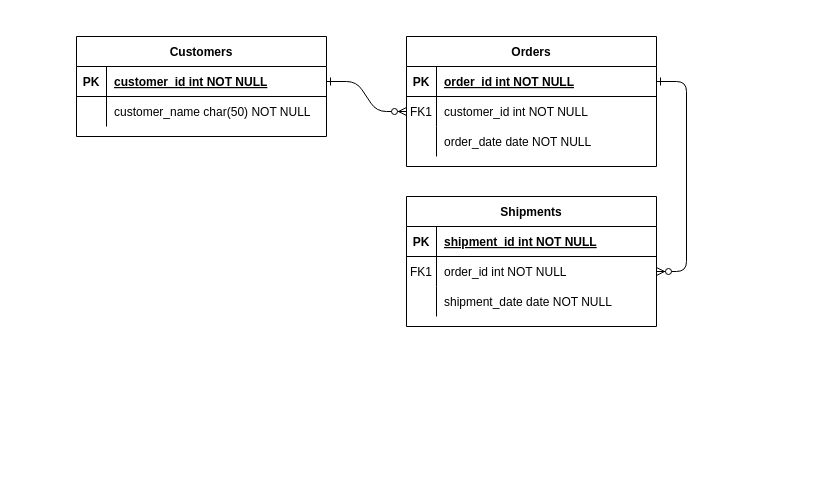
Earlier version of the draw.io diagram Controle de games.drawio (ArthurF-S/git_test). Source tidied: cells renumbered, new cells numbered last; positions are measured from the earlier drawing's top-left corner, leaving out a move shared by most shapes. Both pictures are drawn from the tidied source at 100%, with x=0, y=0 at pixel (76, 36).
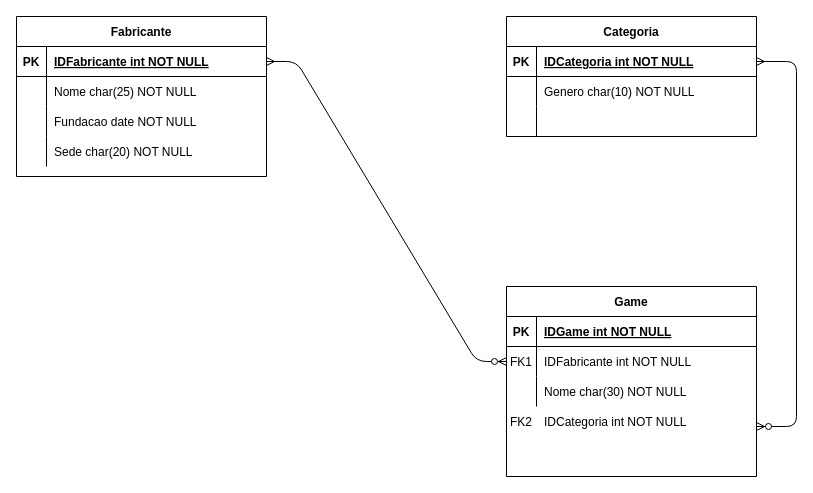
The same page after the edit.

The change refers to these unchanged cells:
```xml
<mxCell id="5" style="shape=partialRectangle;fillColor=none;points=[[0,0.5],[1,0.5]];portConstraint=eastwest;top=0;left=0;right=0;bottom=1;" parent="4" vertex="1">
  <mxGeometry y="30" width="250" height="30" as="geometry" />
</mxCell>
<mxCell id="15" style="shape=partialRectangle;fillColor=none;top=0;left=0;right=0;bottom=1;" parent="14" vertex="1">
  <mxGeometry y="30" width="250" height="30" as="geometry" />
</mxCell>
<mxCell id="18" style="shape=partialRectangle;fillColor=none;points=[[0,0.5],[1,0.5]];portConstraint=eastwest;top=0;left=0;right=0;bottom=0;" parent="14" vertex="1">
  <mxGeometry y="60" width="250" height="30" as="geometry" />
</mxCell>
<mxCell id="21" style="shape=partialRectangle;fillColor=none;top=0;left=0;right=0;bottom=0;" parent="14" vertex="1">
  <mxGeometry y="90" width="250" height="30" as="geometry" />
</mxCell>
<mxCell id="25" style="shape=partialRectangle;fillColor=none;points=[[0,0.5],[1,0.5]];portConstraint=eastwest;top=0;left=0;right=0;bottom=1;" parent="24" vertex="1">
  <mxGeometry y="30" width="250" height="30" as="geometry" />
</mxCell>
<mxCell id="28" style="shape=partialRectangle;fillColor=none;top=0;left=0;right=0;bottom=0;" parent="24" vertex="1">
  <mxGeometry y="60" width="250" height="30" as="geometry" />
</mxCell>
```

The edit, as a diff of the source:
```diff
@@
-    <mxCell id="2" style="edgeStyle=entityRelationEdgeStyle;endArrow=ERzeroToMany;startArrow=ERone;endFill=1;startFill=0;" parent="1" edge="1" source="25" target="8">
-      <mxGeometry relative="1" as="geometry" />
-    </mxCell>
-    <mxCell id="3" style="edgeStyle=entityRelationEdgeStyle;endArrow=ERzeroToMany;startArrow=ERone;endFill=1;startFill=0;" parent="1" edge="1" source="5" target="18">
-      <mxGeometry relative="1" as="geometry" />
+    <mxCell id="3" style="endArrow=ERzeroToMany;startArrow=ERmany;endFill=1;startFill=0;edgeStyle=orthogonalEdgeStyle;" parent="1" edge="1" source="5">
+      <mxGeometry relative="1" as="geometry">
+        <mxPoint x="680" y="390" as="targetPoint" />
+        <Array as="points">
+          <mxPoint x="720" y="25" />
+          <mxPoint x="720" y="390" />
+        </Array>
+      </mxGeometry>
     </mxCell>
-    <mxCell id="4" value="Orders" style="shape=table;startSize=30;childLayout=tableLayout;rowLines=0;fontStyle=1;align=center;" parent="1" vertex="1">
-      <mxGeometry x="330" width="250" height="130" as="geometry" />
+    <mxCell id="4" value="Categoria" style="shape=table;startSize=30;childLayout=tableLayout;rowLines=0;fontStyle=1;align=center;" parent="1" vertex="1">
+      <mxGeometry x="430" y="-20" width="250" height="120" as="geometry" />
     </mxCell>
@@
-    <mxCell id="7" value="order_id int NOT NULL " style="shape=partialRectangle;overflow=hidden;fillColor=none;top=0;left=0;bottom=0;right=0;align=left;spacingLeft=6;fontStyle=5;" parent="5" vertex="1">
+    <mxCell id="7" value="IDCategoria int NOT NULL" style="shape=partialRectangle;overflow=hidden;fillColor=none;top=0;left=0;bottom=0;right=0;align=left;spacingLeft=6;fontStyle=5;" parent="5" vertex="1">
       <mxGeometry x="30" width="220" height="30" as="geometry" />
     </mxCell>
+    <mxCell id="11" style="shape=partialRectangle;fillColor=none;top=0;left=0;right=0;bottom=0;" parent="4" vertex="1">
+      <mxGeometry y="60" width="250" height="30" as="geometry" />
+    </mxCell>
+    <mxCell id="12" style="shape=partialRectangle;overflow=hidden;fillColor=none;top=0;left=0;bottom=0;right=0;" parent="11" vertex="1">
+      <mxGeometry width="30" height="30" as="geometry" />
+    </mxCell>
+    <mxCell id="13" value="Genero char(10) NOT NULL" style="shape=partialRectangle;overflow=hidden;fillColor=none;top=0;left=0;bottom=0;right=0;align=left;spacingLeft=6;" parent="11" vertex="1">
+      <mxGeometry x="30" width="220" height="30" as="geometry" />
+    </mxCell>
     <mxCell id="8" style="shape=partialRectangle;fillColor=none;points=[[0,0.5],[1,0.5]];portConstraint=eastwest;top=0;left=0;right=0;bottom=0;" parent="4" vertex="1">
-      <mxGeometry y="60" width="250" height="30" as="geometry" />
+      <mxGeometry y="90" width="250" height="30" as="geometry" />
     </mxCell>
-    <mxCell id="9" value="FK1" style="shape=partialRectangle;overflow=hidden;fillColor=none;top=0;left=0;bottom=0;right=0;" parent="8" vertex="1">
+    <mxCell id="9" style="shape=partialRectangle;overflow=hidden;fillColor=none;top=0;left=0;bottom=0;right=0;" parent="8" vertex="1">
       <mxGeometry width="30" height="30" as="geometry" />
     </mxCell>
-    <mxCell id="10" value="customer_id int NOT NULL" style="shape=partialRectangle;overflow=hidden;fillColor=none;top=0;left=0;bottom=0;right=0;align=left;spacingLeft=6;" parent="8" vertex="1">
+    <mxCell id="10" style="shape=partialRectangle;overflow=hidden;fillColor=none;top=0;left=0;bottom=0;right=0;align=left;spacingLeft=6;" parent="8" vertex="1">
       <mxGeometry x="30" width="220" height="30" as="geometry" />
     </mxCell>
-    <mxCell id="11" style="shape=partialRectangle;fillColor=none;top=0;left=0;right=0;bottom=0;" parent="4" vertex="1">
-      <mxGeometry y="90" width="250" height="30" as="geometry" />
-    </mxCell>
-    <mxCell id="12" style="shape=partialRectangle;overflow=hidden;fillColor=none;top=0;left=0;bottom=0;right=0;" parent="11" vertex="1">
-      <mxGeometry width="30" height="30" as="geometry" />
-    </mxCell>
-    <mxCell id="13" value="order_date date NOT NULL" style="shape=partialRectangle;overflow=hidden;fillColor=none;top=0;left=0;bottom=0;right=0;align=left;spacingLeft=6;" parent="11" vertex="1">
-      <mxGeometry x="30" width="220" height="30" as="geometry" />
-    </mxCell>
-    <mxCell id="14" value="Shipments" style="shape=table;startSize=30;childLayout=tableLayout;rowLines=0;fontStyle=1;align=center;" parent="1" vertex="1">
-      <mxGeometry x="330" y="160" width="250" height="130" as="geometry" />
+    <mxCell id="14" value="Game" style="shape=table;startSize=30;childLayout=tableLayout;rowLines=0;fontStyle=1;align=center;" parent="1" vertex="1">
+      <mxGeometry x="430" y="250" width="250" height="190" as="geometry" />
     </mxCell>
@@
-    <mxCell id="17" value="shipment_id int NOT NULL " style="shape=partialRectangle;overflow=hidden;fillColor=none;top=0;left=0;bottom=0;right=0;align=left;spacingLeft=6;fontStyle=5;" parent="15" vertex="1">
+    <mxCell id="17" value="IDGame int NOT NULL" style="shape=partialRectangle;overflow=hidden;fillColor=none;top=0;left=0;bottom=0;right=0;align=left;spacingLeft=6;fontStyle=5;" parent="15" vertex="1">
       <mxGeometry x="30" width="220" height="30" as="geometry" />
     </mxCell>
@@
-    <mxCell id="20" value="order_id int NOT NULL" style="shape=partialRectangle;overflow=hidden;fillColor=none;top=0;left=0;bottom=0;right=0;align=left;spacingLeft=6;" parent="18" vertex="1">
+    <mxCell id="20" value="IDFabricante int NOT NULL" style="shape=partialRectangle;overflow=hidden;fillColor=none;top=0;left=0;bottom=0;right=0;align=left;spacingLeft=6;" parent="18" vertex="1">
       <mxGeometry x="30" width="220" height="30" as="geometry" />
     </mxCell>
@@
-    <mxCell id="23" value="shipment_date date NOT NULL" style="shape=partialRectangle;overflow=hidden;fillColor=none;top=0;left=0;bottom=0;right=0;align=left;spacingLeft=6;" parent="21" vertex="1">
+    <mxCell id="23" value="Nome char(30) NOT NULL" style="shape=partialRectangle;overflow=hidden;fillColor=none;top=0;left=0;bottom=0;right=0;align=left;spacingLeft=6;" parent="21" vertex="1">
       <mxGeometry x="30" width="220" height="30" as="geometry" />
     </mxCell>
-    <mxCell id="24" value="Customers" style="shape=table;startSize=30;childLayout=tableLayout;rowLines=0;fontStyle=1;align=center;" parent="1" vertex="1">
-      <mxGeometry width="250" height="100" as="geometry" />
+    <mxCell id="24" value="Fabricante" style="shape=table;startSize=30;childLayout=tableLayout;rowLines=0;fontStyle=1;align=center;" parent="1" vertex="1">
+      <mxGeometry x="-60" y="-20" width="250" height="160" as="geometry" />
     </mxCell>
@@
-    <mxCell id="27" value="customer_id int NOT NULL " style="shape=partialRectangle;overflow=hidden;fillColor=none;top=0;left=0;bottom=0;right=0;align=left;spacingLeft=6;fontStyle=5;" parent="25" vertex="1">
+    <mxCell id="27" value="IDFabricante int NOT NULL" style="shape=partialRectangle;overflow=hidden;fillColor=none;top=0;left=0;bottom=0;right=0;align=left;spacingLeft=6;fontStyle=5;" parent="25" vertex="1">
       <mxGeometry x="30" width="220" height="30" as="geometry" />
     </mxCell>
@@
-    <mxCell id="30" value="customer_name char(50) NOT NULL" style="shape=partialRectangle;overflow=hidden;fillColor=none;top=0;left=0;bottom=0;right=0;align=left;spacingLeft=6;" parent="28" vertex="1">
+    <mxCell id="30" value="Nome char(25) NOT NULL" style="shape=partialRectangle;overflow=hidden;fillColor=none;top=0;left=0;bottom=0;right=0;align=left;spacingLeft=6;" parent="28" vertex="1">
       <mxGeometry x="30" width="220" height="30" as="geometry" />
     </mxCell>
+    <mxCell id="31" style="shape=partialRectangle;fillColor=none;top=0;left=0;right=0;bottom=0;" parent="24" vertex="1">
+      <mxGeometry y="90" width="250" height="30" as="geometry" />
+    </mxCell>
+    <mxCell id="32" style="shape=partialRectangle;overflow=hidden;fillColor=none;top=0;left=0;bottom=0;right=0;" parent="31" vertex="1">
+      <mxGeometry width="30" height="30" as="geometry" />
+    </mxCell>
+    <mxCell id="33" value="Fundacao date NOT NULL" style="shape=partialRectangle;overflow=hidden;fillColor=none;top=0;left=0;bottom=0;right=0;align=left;spacingLeft=6;" parent="31" vertex="1">
+      <mxGeometry x="30" width="220" height="30" as="geometry" />
+    </mxCell>
+    <mxCell id="34" style="shape=partialRectangle;fillColor=none;top=0;left=0;right=0;bottom=0;" parent="24" vertex="1">
+      <mxGeometry y="120" width="250" height="30" as="geometry" />
+    </mxCell>
+    <mxCell id="35" style="shape=partialRectangle;overflow=hidden;fillColor=none;top=0;left=0;bottom=0;right=0;" parent="34" vertex="1">
+      <mxGeometry width="30" height="30" as="geometry" />
+    </mxCell>
+    <mxCell id="36" value="Sede char(20) NOT NULL" style="shape=partialRectangle;overflow=hidden;fillColor=none;top=0;left=0;bottom=0;right=0;align=left;spacingLeft=6;" parent="34" vertex="1">
+      <mxGeometry x="30" width="220" height="30" as="geometry" />
+    </mxCell>
+    <mxCell id="37" style="edgeStyle=entityRelationEdgeStyle;endArrow=ERzeroToMany;startArrow=ERmany;endFill=1;startFill=0;exitX=1;exitY=0.5;exitDx=0;exitDy=0;entryX=0;entryY=0.5;entryDx=0;entryDy=0;" parent="1" edge="1" source="25" target="18">
+      <mxGeometry relative="1" as="geometry" />
+    </mxCell>
+    <mxCell id="38" value="FK2" style="shape=partialRectangle;overflow=hidden;fillColor=none;top=0;left=0;bottom=0;right=0;" parent="1" vertex="1">
+      <mxGeometry x="430" y="370" width="30" height="30" as="geometry" />
+    </mxCell>
+    <mxCell id="39" value="IDCategoria int NOT NULL" style="shape=partialRectangle;overflow=hidden;fillColor=none;top=0;left=0;bottom=0;right=0;align=left;spacingLeft=6;" parent="1" vertex="1">
+      <mxGeometry x="460" y="370" width="220" height="30" as="geometry" />
+    </mxCell>
```
